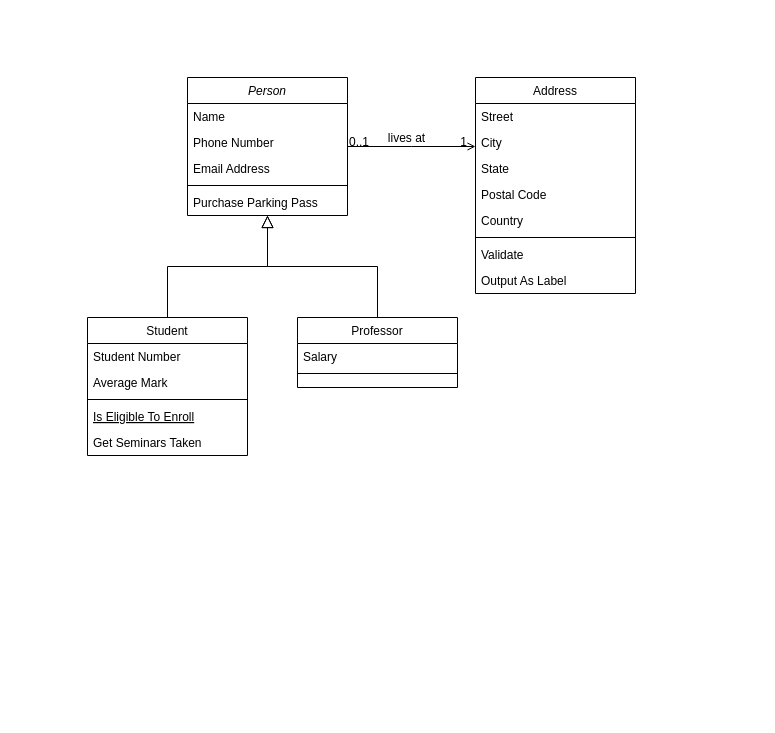
Karczel/Daily-life-of-Samantha keeps this draw.io diagram as แบบแผนที่ยังไม่ได้ตั้งชื่อ.drawio. Above is the earlier version. Source tidied: cells renumbered, new cells numbered last; positions are measured from the earlier drawing's top-left corner, leaving out a move shared by most shapes. Both pictures are drawn from the tidied source at 100%, with x=0, y=0 at pixel (87, 77).
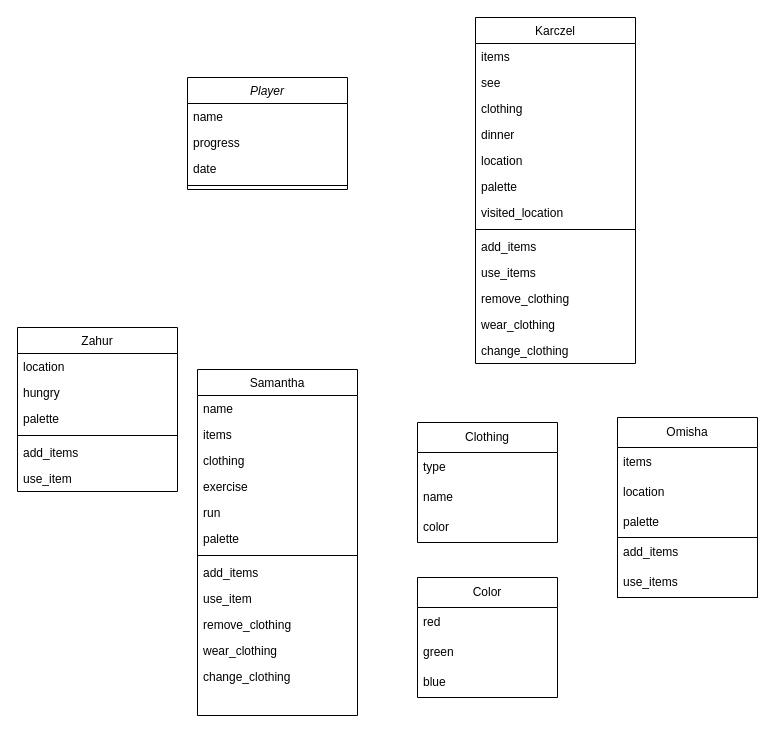
The same page after the edit.

The edit, as a diff of the source:
```diff
@@
-    <mxCell id="2" value="Person" style="swimlane;fontStyle=2;align=center;verticalAlign=top;horizontal=1;startSize=26;rounded=0;shadow=0;strokeWidth=1;" parent="1" vertex="1">
-      <mxGeometry x="100" width="160" height="138" as="geometry" />
+    <mxCell id="2" value="Player" style="swimlane;fontStyle=2;align=center;verticalAlign=top;horizontal=1;startSize=26;rounded=0;shadow=0;strokeWidth=1;" parent="1" vertex="1">
+      <mxGeometry x="100" width="160" height="112" as="geometry" />
     </mxCell>
-    <mxCell id="3" value="Name" style="text;align=left;verticalAlign=top;spacingLeft=4;spacingRight=4;overflow=hidden;" parent="2" vertex="1">
+    <mxCell id="3" value="name" style="text;align=left;verticalAlign=top;spacingLeft=4;spacingRight=4;overflow=hidden;" parent="2" vertex="1">
       <mxGeometry y="26" width="160" height="26" as="geometry" />
     </mxCell>
-    <mxCell id="4" value="Phone Number" style="text;align=left;verticalAlign=top;spacingLeft=4;spacingRight=4;overflow=hidden;rounded=0;shadow=0;html=0;" parent="2" vertex="1">
+    <mxCell id="4" value="progress" style="text;align=left;verticalAlign=top;spacingLeft=4;spacingRight=4;overflow=hidden;rounded=0;shadow=0;html=0;" parent="2" vertex="1">
       <mxGeometry y="52" width="160" height="26" as="geometry" />
     </mxCell>
-    <mxCell id="5" value="Email Address" style="text;align=left;verticalAlign=top;spacingLeft=4;spacingRight=4;overflow=hidden;rounded=0;shadow=0;html=0;" parent="2" vertex="1">
+    <mxCell id="5" value="date" style="text;align=left;verticalAlign=top;spacingLeft=4;spacingRight=4;overflow=hidden;rounded=0;shadow=0;html=0;" parent="2" vertex="1">
       <mxGeometry y="78" width="160" height="26" as="geometry" />
     </mxCell>
@@
-    <mxCell id="7" value="Purchase Parking Pass" style="text;align=left;verticalAlign=top;spacingLeft=4;spacingRight=4;overflow=hidden;" parent="2" vertex="1">
-      <mxGeometry y="112" width="160" height="26" as="geometry" />
-    </mxCell>
-    <mxCell id="8" value="Student" style="swimlane;fontStyle=0;align=center;verticalAlign=top;horizontal=1;startSize=26;rounded=0;shadow=0;strokeWidth=1;" parent="1" vertex="1">
-      <mxGeometry y="240" width="160" height="138" as="geometry" />
+    <mxCell id="8" value="Zahur" style="swimlane;fontStyle=0;align=center;verticalAlign=top;horizontal=1;startSize=26;rounded=0;shadow=0;strokeWidth=1;" parent="1" vertex="1">
+      <mxGeometry x="-70" y="250" width="160" height="164" as="geometry" />
     </mxCell>
-    <mxCell id="9" value="Student Number" style="text;align=left;verticalAlign=top;spacingLeft=4;spacingRight=4;overflow=hidden;" parent="8" vertex="1">
+    <mxCell id="9" value="location" style="text;align=left;verticalAlign=top;spacingLeft=4;spacingRight=4;overflow=hidden;" parent="8" vertex="1">
       <mxGeometry y="26" width="160" height="26" as="geometry" />
     </mxCell>
-    <mxCell id="10" value="Average Mark" style="text;align=left;verticalAlign=top;spacingLeft=4;spacingRight=4;overflow=hidden;rounded=0;shadow=0;html=0;" parent="8" vertex="1">
+    <mxCell id="10" value="hungry" style="text;align=left;verticalAlign=top;spacingLeft=4;spacingRight=4;overflow=hidden;rounded=0;shadow=0;html=0;" parent="8" vertex="1">
       <mxGeometry y="52" width="160" height="26" as="geometry" />
     </mxCell>
+    <mxCell id="32" value="palette" style="text;align=left;verticalAlign=top;spacingLeft=4;spacingRight=4;overflow=hidden;rounded=0;shadow=0;html=0;" parent="8" vertex="1">
+      <mxGeometry y="78" width="160" height="26" as="geometry" />
+    </mxCell>
     <mxCell id="11" style="line;html=1;strokeWidth=1;align=left;verticalAlign=middle;spacingTop=-1;spacingLeft=3;spacingRight=3;labelPosition=right;" parent="8" vertex="1">
-      <mxGeometry y="78" width="160" height="8" as="geometry" />
+      <mxGeometry y="104" width="160" height="8" as="geometry" />
     </mxCell>
-    <mxCell id="12" value="Is Eligible To Enroll" style="text;align=left;verticalAlign=top;spacingLeft=4;spacingRight=4;overflow=hidden;fontStyle=4;" parent="8" vertex="1">
-      <mxGeometry y="86" width="160" height="26" as="geometry" />
-    </mxCell>
-    <mxCell id="13" value="Get Seminars Taken" style="text;align=left;verticalAlign=top;spacingLeft=4;spacingRight=4;overflow=hidden;" parent="8" vertex="1">
+    <mxCell id="13" value="add_items" style="text;align=left;verticalAlign=top;spacingLeft=4;spacingRight=4;overflow=hidden;" parent="8" vertex="1">
       <mxGeometry y="112" width="160" height="26" as="geometry" />
     </mxCell>
-    <mxCell id="14" style="endArrow=block;endSize=10;endFill=0;shadow=0;strokeWidth=1;rounded=0;edgeStyle=elbowEdgeStyle;elbow=vertical;" parent="1" edge="1" source="8" target="2">
-      <mxGeometry relative="1" as="geometry" />
-    </mxCell>
+    <mxCell id="33" value="use_item" style="text;align=left;verticalAlign=top;spacingLeft=4;spacingRight=4;overflow=hidden;" parent="8" vertex="1">
+      <mxGeometry y="138" width="160" height="26" as="geometry" />
+    </mxCell>
-    <mxCell id="15" value="Professor" style="swimlane;fontStyle=0;align=center;verticalAlign=top;horizontal=1;startSize=26;rounded=0;shadow=0;strokeWidth=1;" parent="1" vertex="1">
-      <mxGeometry x="210" y="240" width="160" height="70" as="geometry" />
+    <mxCell id="15" value="Samantha" style="swimlane;fontStyle=0;align=center;verticalAlign=top;horizontal=1;startSize=26;rounded=0;shadow=0;strokeWidth=1;" parent="1" vertex="1">
+      <mxGeometry x="110" y="292" width="160" height="346" as="geometry" />
     </mxCell>
-    <mxCell id="16" value="Salary" style="text;align=left;verticalAlign=top;spacingLeft=4;spacingRight=4;overflow=hidden;" parent="15" vertex="1">
+    <mxCell id="16" value="name" style="text;align=left;verticalAlign=top;spacingLeft=4;spacingRight=4;overflow=hidden;" parent="15" vertex="1">
       <mxGeometry y="26" width="160" height="26" as="geometry" />
     </mxCell>
+    <mxCell id="34" value="items" style="text;align=left;verticalAlign=top;spacingLeft=4;spacingRight=4;overflow=hidden;" parent="15" vertex="1">
+      <mxGeometry y="52" width="160" height="26" as="geometry" />
+    </mxCell>
+    <mxCell id="35" value="clothing" style="text;align=left;verticalAlign=top;spacingLeft=4;spacingRight=4;overflow=hidden;" parent="15" vertex="1">
+      <mxGeometry y="78" width="160" height="26" as="geometry" />
+    </mxCell>
+    <mxCell id="36" value="exercise" style="text;align=left;verticalAlign=top;spacingLeft=4;spacingRight=4;overflow=hidden;" parent="15" vertex="1">
+      <mxGeometry y="104" width="160" height="26" as="geometry" />
+    </mxCell>
+    <mxCell id="37" value="run" style="text;align=left;verticalAlign=top;spacingLeft=4;spacingRight=4;overflow=hidden;" parent="15" vertex="1">
+      <mxGeometry y="130" width="160" height="26" as="geometry" />
+    </mxCell>
+    <mxCell id="38" value="palette" style="text;align=left;verticalAlign=top;spacingLeft=4;spacingRight=4;overflow=hidden;" parent="15" vertex="1">
+      <mxGeometry y="156" width="160" height="26" as="geometry" />
+    </mxCell>
     <mxCell id="17" style="line;html=1;strokeWidth=1;align=left;verticalAlign=middle;spacingTop=-1;spacingLeft=3;spacingRight=3;labelPosition=right;" parent="15" vertex="1">
-      <mxGeometry y="52" width="160" height="8" as="geometry" />
+      <mxGeometry y="182" width="160" height="8" as="geometry" />
     </mxCell>
-    <mxCell id="18" style="endArrow=block;endSize=10;endFill=0;shadow=0;strokeWidth=1;rounded=0;edgeStyle=elbowEdgeStyle;elbow=vertical;" parent="1" edge="1" source="15" target="2">
-      <mxGeometry relative="1" as="geometry" />
-    </mxCell>
+    <mxCell id="39" value="add_items" style="text;align=left;verticalAlign=top;spacingLeft=4;spacingRight=4;overflow=hidden;" parent="15" vertex="1">
+      <mxGeometry y="190" width="160" height="26" as="geometry" />
+    </mxCell>
+    <mxCell id="40" value="use_item" style="text;align=left;verticalAlign=top;spacingLeft=4;spacingRight=4;overflow=hidden;" parent="15" vertex="1">
+      <mxGeometry y="216" width="160" height="26" as="geometry" />
+    </mxCell>
+    <mxCell id="41" value="remove_clothing" style="text;align=left;verticalAlign=top;spacingLeft=4;spacingRight=4;overflow=hidden;" parent="15" vertex="1">
+      <mxGeometry y="242" width="160" height="26" as="geometry" />
+    </mxCell>
+    <mxCell id="42" value="wear_clothing" style="text;align=left;verticalAlign=top;spacingLeft=4;spacingRight=4;overflow=hidden;" parent="15" vertex="1">
+      <mxGeometry y="268" width="160" height="26" as="geometry" />
+    </mxCell>
+    <mxCell id="43" value="change_clothing" style="text;align=left;verticalAlign=top;spacingLeft=4;spacingRight=4;overflow=hidden;" parent="15" vertex="1">
+      <mxGeometry y="294" width="160" height="26" as="geometry" />
+    </mxCell>
-    <mxCell id="19" value="Address" style="swimlane;fontStyle=0;align=center;verticalAlign=top;horizontal=1;startSize=26;rounded=0;shadow=0;strokeWidth=1;" parent="1" vertex="1">
-      <mxGeometry x="388" width="160" height="216" as="geometry" />
+    <mxCell id="19" value="Karczel" style="swimlane;fontStyle=0;align=center;verticalAlign=top;horizontal=1;startSize=26;rounded=0;shadow=0;strokeWidth=1;" parent="1" vertex="1">
+      <mxGeometry x="388" y="-60" width="160" height="346" as="geometry" />
     </mxCell>
-    <mxCell id="20" value="Street" style="text;align=left;verticalAlign=top;spacingLeft=4;spacingRight=4;overflow=hidden;" parent="19" vertex="1">
+    <mxCell id="20" value="items" style="text;align=left;verticalAlign=top;spacingLeft=4;spacingRight=4;overflow=hidden;" parent="19" vertex="1">
       <mxGeometry y="26" width="160" height="26" as="geometry" />
     </mxCell>
-    <mxCell id="21" value="City" style="text;align=left;verticalAlign=top;spacingLeft=4;spacingRight=4;overflow=hidden;rounded=0;shadow=0;html=0;" parent="19" vertex="1">
+    <mxCell id="21" value="see" style="text;align=left;verticalAlign=top;spacingLeft=4;spacingRight=4;overflow=hidden;rounded=0;shadow=0;html=0;" parent="19" vertex="1">
       <mxGeometry y="52" width="160" height="26" as="geometry" />
     </mxCell>
-    <mxCell id="22" value="State" style="text;align=left;verticalAlign=top;spacingLeft=4;spacingRight=4;overflow=hidden;rounded=0;shadow=0;html=0;" parent="19" vertex="1">
+    <mxCell id="22" value="clothing" style="text;align=left;verticalAlign=top;spacingLeft=4;spacingRight=4;overflow=hidden;rounded=0;shadow=0;html=0;" parent="19" vertex="1">
       <mxGeometry y="78" width="160" height="26" as="geometry" />
     </mxCell>
-    <mxCell id="23" value="Postal Code" style="text;align=left;verticalAlign=top;spacingLeft=4;spacingRight=4;overflow=hidden;rounded=0;shadow=0;html=0;" parent="19" vertex="1">
+    <mxCell id="23" value="dinner" style="text;align=left;verticalAlign=top;spacingLeft=4;spacingRight=4;overflow=hidden;rounded=0;shadow=0;html=0;" parent="19" vertex="1">
       <mxGeometry y="104" width="160" height="26" as="geometry" />
     </mxCell>
-    <mxCell id="24" value="Country" style="text;align=left;verticalAlign=top;spacingLeft=4;spacingRight=4;overflow=hidden;rounded=0;shadow=0;html=0;" parent="19" vertex="1">
+    <mxCell id="24" value="location" style="text;align=left;verticalAlign=top;spacingLeft=4;spacingRight=4;overflow=hidden;rounded=0;shadow=0;html=0;fillColor=none;" parent="19" vertex="1">
       <mxGeometry y="130" width="160" height="26" as="geometry" />
     </mxCell>
+    <mxCell id="44" value="palette" style="text;align=left;verticalAlign=top;spacingLeft=4;spacingRight=4;overflow=hidden;rounded=0;shadow=0;html=0;fillColor=none;" parent="19" vertex="1">
+      <mxGeometry y="156" width="160" height="26" as="geometry" />
+    </mxCell>
+    <mxCell id="45" value="visited_location" style="text;align=left;verticalAlign=top;spacingLeft=4;spacingRight=4;overflow=hidden;rounded=0;shadow=0;html=0;fillColor=none;" parent="19" vertex="1">
+      <mxGeometry y="182" width="160" height="26" as="geometry" />
+    </mxCell>
     <mxCell id="25" style="line;html=1;strokeWidth=1;align=left;verticalAlign=middle;spacingTop=-1;spacingLeft=3;spacingRight=3;labelPosition=right;" parent="19" vertex="1">
-      <mxGeometry y="156" width="160" height="8" as="geometry" />
+      <mxGeometry y="208" width="160" height="8" as="geometry" />
     </mxCell>
-    <mxCell id="26" value="Validate" style="text;align=left;verticalAlign=top;spacingLeft=4;spacingRight=4;overflow=hidden;" parent="19" vertex="1">
-      <mxGeometry y="164" width="160" height="26" as="geometry" />
+    <mxCell id="26" value="add_items" style="text;align=left;verticalAlign=top;spacingLeft=4;spacingRight=4;overflow=hidden;" parent="19" vertex="1">
+      <mxGeometry y="216" width="160" height="26" as="geometry" />
     </mxCell>
-    <mxCell id="27" value="Output As Label" style="text;align=left;verticalAlign=top;spacingLeft=4;spacingRight=4;overflow=hidden;" parent="19" vertex="1">
-      <mxGeometry y="190" width="160" height="26" as="geometry" />
+    <mxCell id="27" value="use_items" style="text;align=left;verticalAlign=top;spacingLeft=4;spacingRight=4;overflow=hidden;" parent="19" vertex="1">
+      <mxGeometry y="242" width="160" height="26" as="geometry" />
     </mxCell>
-    <mxCell id="28" style="endArrow=open;shadow=0;strokeWidth=1;rounded=0;endFill=1;edgeStyle=elbowEdgeStyle;elbow=vertical;" parent="1" edge="1" source="2" target="19">
-      <mxGeometry x="0.5" y="41" relative="1" as="geometry">
-        <mxPoint x="-40" y="32" as="offset" />
-      </mxGeometry>
-    </mxCell>
-    <mxCell id="29" value="0..1" style="align=left;verticalAlign=bottom;labelBackgroundColor=none;fontSize=12;" parent="28" vertex="1">
-      <mxGeometry x="-1" relative="1" as="geometry">
-        <mxPoint y="4" as="offset" />
-      </mxGeometry>
-    </mxCell>
-    <mxCell id="30" value="1" style="align=right;verticalAlign=bottom;labelBackgroundColor=none;fontSize=12;" parent="28" vertex="1">
-      <mxGeometry x="1" relative="1" as="geometry">
-        <mxPoint x="-7" y="4" as="offset" />
-      </mxGeometry>
-    </mxCell>
-    <mxCell id="31" value="lives at" style="text;html=1;align=center;verticalAlign=middle;labelBackgroundColor=none;rounded=0;shadow=0;strokeWidth=1;fontSize=12;" parent="28" vertex="1">
-      <mxGeometry x="0.5" y="49" relative="1" as="geometry">
-        <mxPoint x="-38" y="40" as="offset" />
-      </mxGeometry>
-    </mxCell>
+    <mxCell id="46" value="remove_clothing" style="text;align=left;verticalAlign=top;spacingLeft=4;spacingRight=4;overflow=hidden;" parent="19" vertex="1">
+      <mxGeometry y="268" width="160" height="26" as="geometry" />
+    </mxCell>
+    <mxCell id="47" value="wear_clothing" style="text;align=left;verticalAlign=top;spacingLeft=4;spacingRight=4;overflow=hidden;" parent="19" vertex="1">
+      <mxGeometry y="294" width="160" height="26" as="geometry" />
+    </mxCell>
+    <mxCell id="48" value="change_clothing" style="text;align=left;verticalAlign=top;spacingLeft=4;spacingRight=4;overflow=hidden;" parent="19" vertex="1">
+      <mxGeometry y="320" width="160" height="26" as="geometry" />
+    </mxCell>
+    <mxCell id="49" value="Clothing" style="swimlane;fontStyle=0;horizontal=1;startSize=30;whiteSpace=wrap;html=1;" parent="1" vertex="1">
+      <mxGeometry x="330" y="345" width="140" height="120" as="geometry" />
+    </mxCell>
+    <mxCell id="50" value="type" style="text;strokeColor=none;fillColor=none;align=left;verticalAlign=middle;spacingLeft=4;spacingRight=4;overflow=hidden;whiteSpace=wrap;html=1;" parent="49" vertex="1">
+      <mxGeometry y="30" width="140" height="30" as="geometry" />
+    </mxCell>
+    <mxCell id="51" value="name" style="text;strokeColor=none;fillColor=none;align=left;verticalAlign=middle;spacingLeft=4;spacingRight=4;overflow=hidden;whiteSpace=wrap;html=1;" parent="49" vertex="1">
+      <mxGeometry y="60" width="140" height="30" as="geometry" />
+    </mxCell>
+    <mxCell id="52" value="color" style="text;strokeColor=none;fillColor=none;align=left;verticalAlign=middle;spacingLeft=4;spacingRight=4;overflow=hidden;whiteSpace=wrap;html=1;" parent="49" vertex="1">
+      <mxGeometry y="90" width="140" height="30" as="geometry" />
+    </mxCell>
+    <mxCell id="53" value="Omisha" style="swimlane;fontStyle=0;horizontal=1;startSize=30;whiteSpace=wrap;html=1;" parent="1" vertex="1">
+      <mxGeometry x="530" y="340" width="140" height="180" as="geometry" />
+    </mxCell>
+    <mxCell id="54" value="items" style="text;strokeColor=none;fillColor=none;align=left;verticalAlign=middle;spacingLeft=4;spacingRight=4;overflow=hidden;whiteSpace=wrap;html=1;" parent="53" vertex="1">
+      <mxGeometry y="30" width="140" height="30" as="geometry" />
+    </mxCell>
+    <mxCell id="55" value="location" style="text;strokeColor=none;fillColor=none;align=left;verticalAlign=middle;spacingLeft=4;spacingRight=4;overflow=hidden;whiteSpace=wrap;html=1;" parent="53" vertex="1">
+      <mxGeometry y="60" width="140" height="30" as="geometry" />
+    </mxCell>
+    <mxCell id="56" value="palette" style="text;strokeColor=none;fillColor=none;align=left;verticalAlign=middle;spacingLeft=4;spacingRight=4;overflow=hidden;whiteSpace=wrap;html=1;" parent="53" vertex="1">
+      <mxGeometry y="90" width="140" height="30" as="geometry" />
+    </mxCell>
+    <mxCell id="57" style="swimlane;startSize=0;labelBackgroundColor=#FFFFFF;strokeColor=default;strokeWidth=1;fontSize=1;fontColor=#33001A;fillColor=default;" parent="53" vertex="1">
+      <mxGeometry y="120" width="140" height="60" as="geometry" />
+    </mxCell>
+    <mxCell id="58" value="add_items" style="text;strokeColor=none;fillColor=none;align=left;verticalAlign=middle;spacingLeft=4;spacingRight=4;overflow=hidden;whiteSpace=wrap;html=1;" parent="57" vertex="1">
+      <mxGeometry width="140" height="30" as="geometry" />
+    </mxCell>
+    <mxCell id="59" value="use_items" style="text;strokeColor=none;fillColor=none;align=left;verticalAlign=middle;spacingLeft=4;spacingRight=4;overflow=hidden;whiteSpace=wrap;html=1;" parent="57" vertex="1">
+      <mxGeometry y="30" width="140" height="30" as="geometry" />
+    </mxCell>
+    <mxCell id="60" value="Color" style="swimlane;fontStyle=0;horizontal=1;startSize=30;whiteSpace=wrap;html=1;" parent="1" vertex="1">
+      <mxGeometry x="330" y="500" width="140" height="120" as="geometry" />
+    </mxCell>
+    <mxCell id="61" value="red" style="text;strokeColor=none;fillColor=none;align=left;verticalAlign=middle;spacingLeft=4;spacingRight=4;overflow=hidden;whiteSpace=wrap;html=1;" parent="60" vertex="1">
+      <mxGeometry y="30" width="140" height="30" as="geometry" />
+    </mxCell>
+    <mxCell id="62" value="green" style="text;strokeColor=none;fillColor=none;align=left;verticalAlign=middle;spacingLeft=4;spacingRight=4;overflow=hidden;whiteSpace=wrap;html=1;" parent="60" vertex="1">
+      <mxGeometry y="60" width="140" height="30" as="geometry" />
+    </mxCell>
+    <mxCell id="63" value="blue" style="text;strokeColor=none;fillColor=none;align=left;verticalAlign=middle;spacingLeft=4;spacingRight=4;overflow=hidden;whiteSpace=wrap;html=1;" parent="60" vertex="1">
+      <mxGeometry y="90" width="140" height="30" as="geometry" />
+    </mxCell>
+    <mxCell id="64" style="line;html=1;strokeWidth=1;align=left;verticalAlign=middle;spacingTop=-1;spacingLeft=3;spacingRight=3;labelPosition=right;" parent="1" vertex="1">
+      <mxGeometry x="388" y="148" width="160" height="8" as="geometry" />
+    </mxCell>
```
